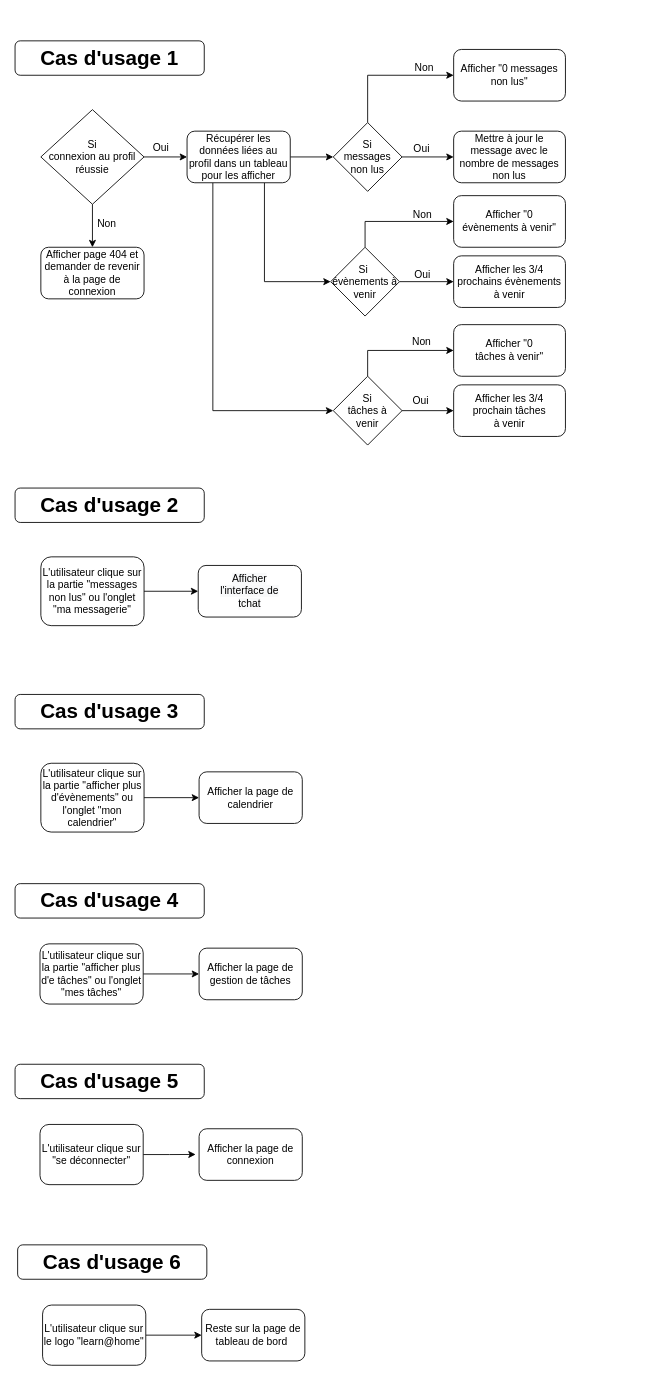
This is page "Tableau de bord" (2 of 5) of Learn@Home_Diagrammes.drawio from Adv13/DENIE_Tiffany_10_03032022, a draw.io file, before an edit. Source tidied: cells renumbered, new cells numbered last; positions are measured from the earlier drawing's top-left corner, leaving out a move shared by most shapes. Both pictures are drawn from the tidied source at 86%, with x=0, y=0 at pixel (15, 40).
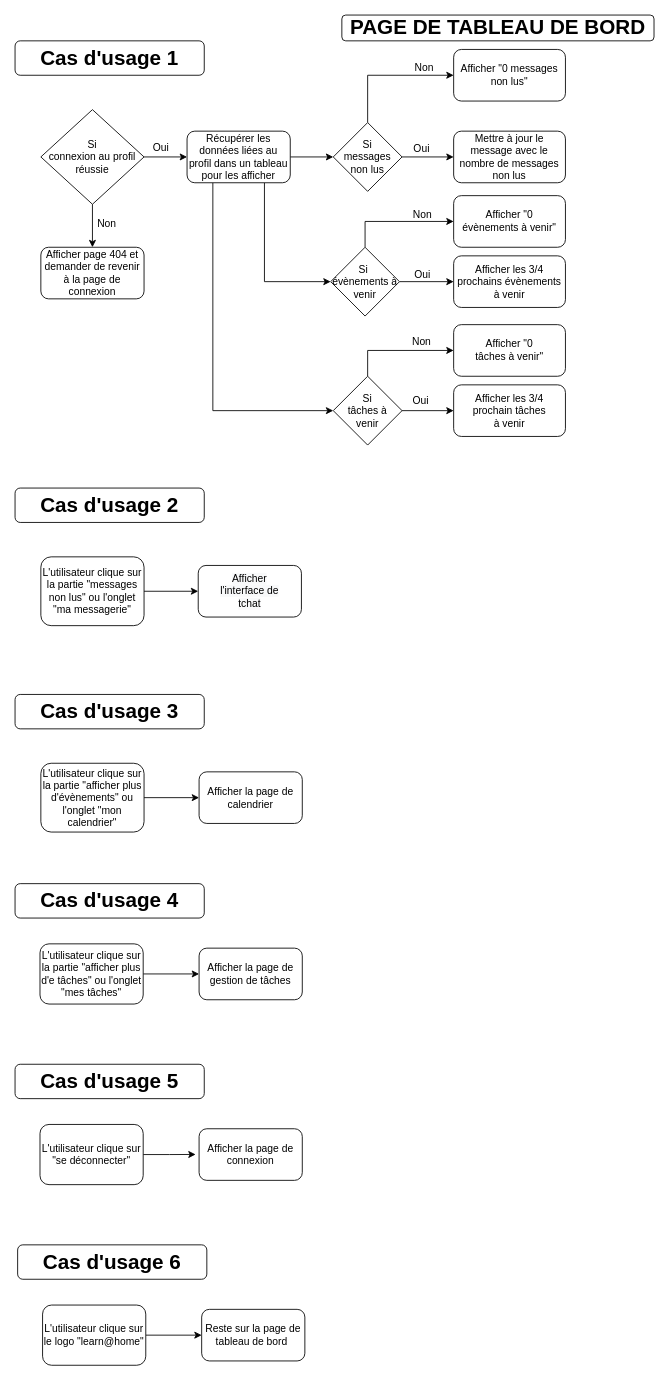
The same diagram, later.

The edit, as a diff of the source:
```diff
@@
+    <mxCell id="54" value="&lt;b&gt;&lt;font style=&quot;font-size: 24px&quot;&gt;PAGE DE TABLEAU DE BORD&lt;/font&gt;&lt;/b&gt;" style="rounded=1;whiteSpace=wrap;html=1;fontSize=12;glass=0;strokeWidth=1;shadow=0;" parent="1" vertex="1">
+      <mxGeometry x="380" y="-30" width="363" height="30" as="geometry" />
+    </mxCell>
```
